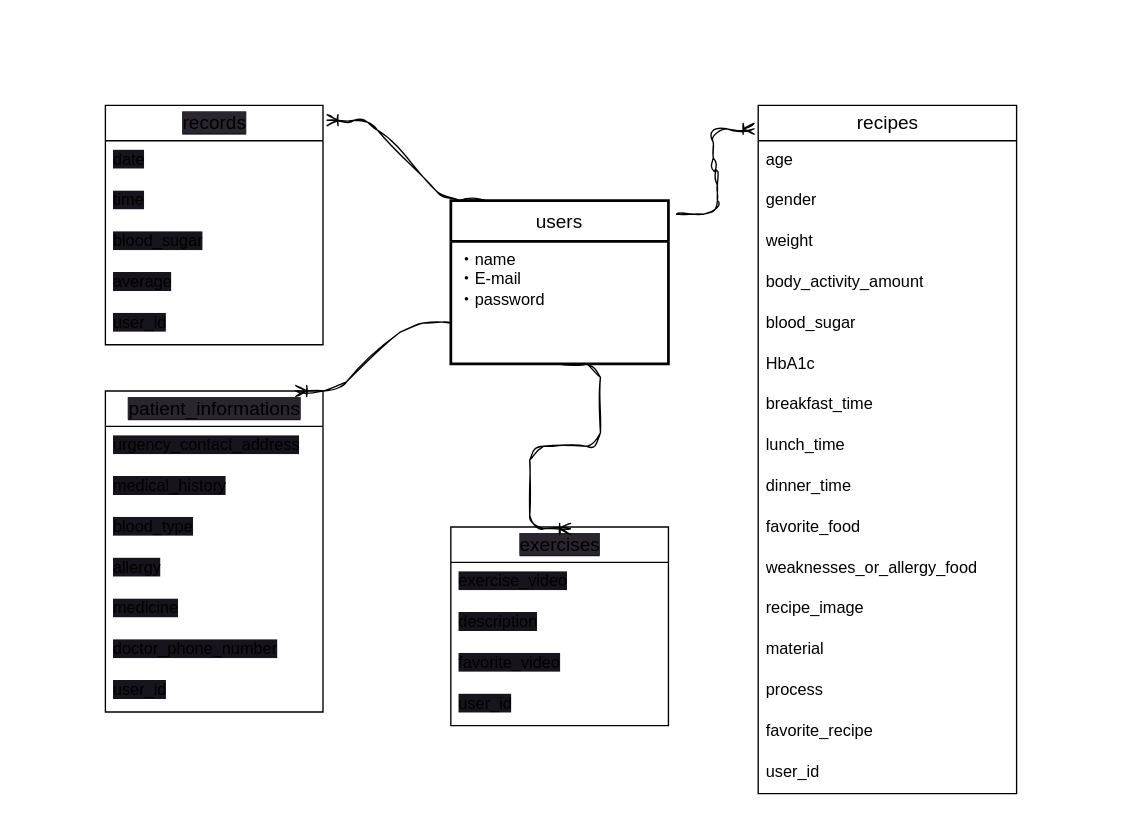
Earlier version of the draw.io diagram DM-control.dio (kinomomo/DM-control). Source tidied: cells renumbered, new cells numbered last; positions are measured from the earlier drawing's top-left corner, leaving out a move shared by most shapes. Both pictures are drawn from the tidied source at 136%, with x=0, y=0 at pixel (105, 105).
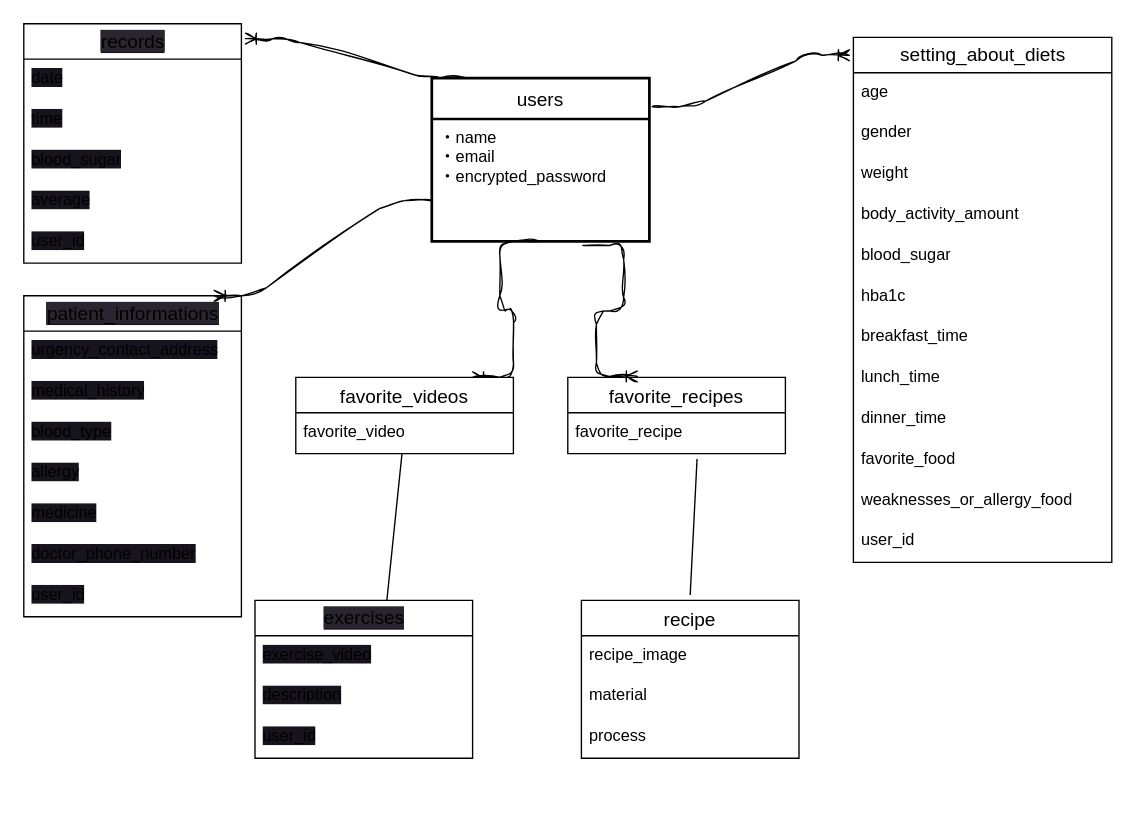
The same page after the edit.

What changed in the source:
```diff
@@
     <mxCell id="2" value="users" style="swimlane;horizontal=1;startSize=30;rounded=0;fontSize=14;fontStyle=0;strokeWidth=2;shadow=0;align=center;glass=0;hachureGap=4;fontFamily=Helvetica;swimlaneLine=1;" parent="1" vertex="1">
-      <mxGeometry x="254" y="70" width="160" height="120" as="geometry" />
+      <mxGeometry x="240" y="-20" width="160" height="120" as="geometry" />
     </mxCell>
-    <mxCell id="3" value="・name&lt;br&gt;・E-mail&lt;br&gt;・password" style="align=left;strokeColor=none;fillColor=none;spacingLeft=4;fontSize=12;verticalAlign=top;glass=1;sketch=1;hachureGap=4;jiggle=2;curveFitting=1;fontFamily=Helvetica;html=1;" parent="2" vertex="1">
+    <mxCell id="3" value="・name&lt;br&gt;・email&lt;br&gt;・encrypted_password" style="align=left;strokeColor=none;fillColor=none;spacingLeft=4;fontSize=12;verticalAlign=top;glass=1;sketch=1;hachureGap=4;jiggle=2;curveFitting=1;fontFamily=Helvetica;html=1;" parent="2" vertex="1">
       <mxGeometry y="30" width="160" height="90" as="geometry" />
     </mxCell>
-    <mxCell id="4" value="recipes" style="swimlane;fontStyle=0;horizontal=1;startSize=26;align=center;fontSize=14;rounded=0;glass=0;sketch=0;hachureGap=4;jiggle=2;curveFitting=1;fontFamily=Helvetica;html=1;" parent="1" vertex="1">
-      <mxGeometry x="480" width="190" height="506" as="geometry" />
+    <mxCell id="4" value="setting_about_diets" style="swimlane;fontStyle=0;horizontal=1;startSize=26;align=center;fontSize=14;rounded=0;glass=0;sketch=0;hachureGap=4;jiggle=2;curveFitting=1;fontFamily=Helvetica;html=1;" parent="1" vertex="1">
+      <mxGeometry x="550" y="-50" width="190" height="386" as="geometry" />
     </mxCell>
@@
-    <mxCell id="10" value="HbA1c" style="text;strokeColor=none;fillColor=none;spacingLeft=4;spacingRight=4;overflow=hidden;fontSize=12;rounded=0;glass=0;sketch=0;hachureGap=4;jiggle=2;curveFitting=1;fontFamily=Helvetica;html=1;" parent="4" vertex="1">
+    <mxCell id="10" value="hba1c" style="text;strokeColor=none;fillColor=none;spacingLeft=4;spacingRight=4;overflow=hidden;fontSize=12;rounded=0;glass=0;sketch=0;hachureGap=4;jiggle=2;curveFitting=1;fontFamily=Helvetica;html=1;" parent="4" vertex="1">
       <mxGeometry y="176" width="190" height="30" as="geometry" />
     </mxCell>
@@
-    <mxCell id="16" value="recipe_image" style="text;strokeColor=none;fillColor=none;spacingLeft=4;spacingRight=4;overflow=hidden;fontSize=12;rounded=0;glass=0;sketch=0;hachureGap=4;jiggle=2;curveFitting=1;fontFamily=Helvetica;html=1;" parent="4" vertex="1">
-      <mxGeometry y="356" width="190" height="30" as="geometry" />
-    </mxCell>
-    <mxCell id="17" value="material" style="text;strokeColor=none;fillColor=none;spacingLeft=4;spacingRight=4;overflow=hidden;fontSize=12;rounded=0;glass=0;sketch=0;hachureGap=4;jiggle=2;curveFitting=1;fontFamily=Helvetica;html=1;" parent="4" vertex="1">
-      <mxGeometry y="386" width="190" height="30" as="geometry" />
-    </mxCell>
-    <mxCell id="18" value="process" style="text;strokeColor=none;fillColor=none;spacingLeft=4;spacingRight=4;overflow=hidden;fontSize=12;rounded=0;glass=0;sketch=0;hachureGap=4;jiggle=2;curveFitting=1;fontFamily=Helvetica;html=1;" parent="4" vertex="1">
-      <mxGeometry y="416" width="190" height="30" as="geometry" />
-    </mxCell>
-    <mxCell id="19" value="favorite_recipe" style="text;strokeColor=none;fillColor=none;spacingLeft=4;spacingRight=4;overflow=hidden;points=[[0,0.5],[1,0.5]];portConstraint=eastwest;fontSize=12;rounded=0;glass=0;sketch=0;hachureGap=4;jiggle=2;curveFitting=1;fontFamily=Helvetica;html=1;" parent="4" vertex="1">
-      <mxGeometry y="446" width="190" height="30" as="geometry" />
-    </mxCell>
     <mxCell id="20" value="user_id" style="text;strokeColor=none;fillColor=none;spacingLeft=4;spacingRight=4;overflow=hidden;fontSize=12;rounded=0;glass=0;sketch=0;hachureGap=4;jiggle=2;curveFitting=1;fontFamily=Helvetica;html=1;" parent="4" vertex="1">
-      <mxGeometry y="476" width="190" height="30" as="geometry" />
+      <mxGeometry y="356" width="190" height="30" as="geometry" />
     </mxCell>
     <mxCell id="21" value="&lt;span style=&quot;background-color: rgb(42, 37, 47);&quot;&gt;exercises&lt;/span&gt;" style="swimlane;fontStyle=0;horizontal=1;startSize=26;align=center;fontSize=14;rounded=0;glass=0;labelBackgroundColor=#18141D;hachureGap=4;fontFamily=Helvetica;html=1;" parent="1" vertex="1">
-      <mxGeometry x="254" y="310" width="160" height="146" as="geometry" />
+      <mxGeometry x="110" y="364" width="160" height="116" as="geometry" />
     </mxCell>
@@
-    <mxCell id="24" value="favorite_video" style="text;strokeColor=none;fillColor=none;spacingLeft=4;spacingRight=4;overflow=hidden;points=[[0,0.5],[1,0.5]];portConstraint=eastwest;fontSize=12;rounded=0;glass=0;labelBackgroundColor=#18141D;sketch=0;hachureGap=4;jiggle=2;curveFitting=1;fontFamily=Helvetica;html=1;" parent="21" vertex="1">
-      <mxGeometry y="86" width="160" height="30" as="geometry" />
-    </mxCell>
     <mxCell id="25" value="user_id" style="text;strokeColor=none;fillColor=none;spacingLeft=4;spacingRight=4;overflow=hidden;fontSize=12;rounded=0;glass=0;labelBackgroundColor=#18141D;sketch=0;hachureGap=4;jiggle=2;curveFitting=1;fontFamily=Helvetica;html=1;" parent="21" vertex="1">
-      <mxGeometry y="116" width="160" height="30" as="geometry" />
+      <mxGeometry y="86" width="160" height="30" as="geometry" />
     </mxCell>
     <mxCell id="26" value="&lt;span style=&quot;background-color: rgb(42, 37, 47);&quot;&gt;records&lt;/span&gt;" style="swimlane;fontStyle=0;horizontal=1;startSize=26;align=center;fontSize=14;rounded=0;glass=0;labelBackgroundColor=#18141D;sketch=0;hachureGap=4;jiggle=2;curveFitting=1;fontFamily=Helvetica;html=1;" parent="1" vertex="1">
-      <mxGeometry width="160" height="176" as="geometry" />
+      <mxGeometry x="-60" y="-60" width="160" height="176" as="geometry" />
     </mxCell>
@@
     <mxCell id="32" value="&lt;span style=&quot;background-color: rgb(42, 37, 47);&quot;&gt;patient_informations&lt;/span&gt;" style="swimlane;fontStyle=0;horizontal=1;startSize=26;align=center;fontSize=14;rounded=0;glass=0;labelBackgroundColor=#18141D;sketch=0;hachureGap=4;jiggle=2;curveFitting=1;fontFamily=Helvetica;html=1;" parent="1" vertex="1">
-      <mxGeometry y="210" width="160" height="236" as="geometry" />
+      <mxGeometry x="-60" y="140" width="160" height="236" as="geometry" />
     </mxCell>
@@
-    <mxCell id="40" style="edgeStyle=entityRelationEdgeStyle;fontSize=12;html=1;endArrow=ERoneToMany;sketch=1;hachureGap=4;jiggle=2;curveFitting=1;fontFamily=Architects Daughter;entryX=-0.016;entryY=0.034;entryDx=0;entryDy=0;entryPerimeter=0;" parent="1" edge="1" target="4">
-      <mxGeometry relative="1" as="geometry">
-        <mxPoint x="420" y="80" as="sourcePoint" />
-      </mxGeometry>
+    <mxCell id="40" style="edgeStyle=entityRelationEdgeStyle;fontSize=12;html=1;endArrow=ERoneToMany;sketch=1;hachureGap=4;jiggle=2;curveFitting=1;fontFamily=Architects Daughter;entryX=-0.016;entryY=0.034;entryDx=0;entryDy=0;entryPerimeter=0;exitX=1.013;exitY=0.175;exitDx=0;exitDy=0;exitPerimeter=0;" parent="1" edge="1" source="2" target="4">
+      <mxGeometry relative="1" as="geometry" />
     </mxCell>
-    <mxCell id="41" style="edgeStyle=entityRelationEdgeStyle;fontSize=12;html=1;endArrow=ERoneToMany;sketch=1;hachureGap=4;jiggle=2;curveFitting=1;fontFamily=Architects Daughter;entryX=0.55;entryY=0.009;entryDx=0;entryDy=0;entryPerimeter=0;exitX=0.5;exitY=1;exitDx=0;exitDy=0;" parent="1" edge="1" source="3" target="21">
-      <mxGeometry relative="1" as="geometry" />
-    </mxCell>
@@
+    <mxCell id="44" value="recipe" style="swimlane;fontStyle=0;horizontal=1;startSize=26;align=center;fontSize=14;sketch=0;hachureGap=4;jiggle=2;curveFitting=1;fontFamily=Helvetica;labelBackgroundColor=default;" parent="1" vertex="1">
+      <mxGeometry x="350" y="364" width="160" height="116" as="geometry" />
+    </mxCell>
+    <mxCell id="16" value="recipe_image" style="text;strokeColor=none;fillColor=none;spacingLeft=4;spacingRight=4;overflow=hidden;fontSize=12;sketch=0;hachureGap=4;jiggle=2;curveFitting=1;fontFamily=Helvetica;" parent="44" vertex="1">
+      <mxGeometry y="26" width="160" height="30" as="geometry" />
+    </mxCell>
+    <mxCell id="17" value="material" style="text;strokeColor=none;fillColor=none;spacingLeft=4;spacingRight=4;overflow=hidden;fontSize=12;sketch=0;hachureGap=4;jiggle=2;curveFitting=1;fontFamily=Helvetica;" parent="44" vertex="1">
+      <mxGeometry y="56" width="160" height="30" as="geometry" />
+    </mxCell>
+    <mxCell id="18" value="process" style="text;strokeColor=none;fillColor=none;spacingLeft=4;spacingRight=4;overflow=hidden;fontSize=12;sketch=0;hachureGap=4;jiggle=2;curveFitting=1;fontFamily=Helvetica;" parent="44" vertex="1">
+      <mxGeometry y="86" width="160" height="30" as="geometry" />
+    </mxCell>
+    <mxCell id="45" value="favorite_recipes" style="swimlane;fontStyle=0;horizontal=1;startSize=26;align=center;fontSize=14;sketch=0;hachureGap=4;jiggle=2;curveFitting=1;fontFamily=Helvetica;" parent="1" vertex="1">
+      <mxGeometry x="340" y="200" width="160" height="56" as="geometry" />
+    </mxCell>
+    <mxCell id="19" value="favorite_recipe" style="text;strokeColor=none;fillColor=none;spacingLeft=4;spacingRight=4;overflow=hidden;points=[[0,0.5],[1,0.5]];portConstraint=eastwest;fontSize=12;sketch=0;hachureGap=4;jiggle=2;curveFitting=1;fontFamily=Helvetica;" parent="45" vertex="1">
+      <mxGeometry y="26" width="160" height="30" as="geometry" />
+    </mxCell>
+    <mxCell id="46" style="edgeStyle=entityRelationEdgeStyle;fontSize=12;html=1;endArrow=ERoneToMany;sketch=1;hachureGap=4;jiggle=2;curveFitting=1;fontFamily=Helvetica;entryX=0.319;entryY=-0.012;entryDx=0;entryDy=0;entryPerimeter=0;exitX=0.694;exitY=1.033;exitDx=0;exitDy=0;exitPerimeter=0;" parent="1" edge="1" source="3" target="45">
+      <mxGeometry relative="1" as="geometry" />
+    </mxCell>
+    <mxCell id="47" style="edgeStyle=entityRelationEdgeStyle;fontSize=12;html=1;endArrow=ERoneToMany;sketch=1;hachureGap=4;jiggle=2;curveFitting=1;fontFamily=Helvetica;exitX=0.5;exitY=1;exitDx=0;exitDy=0;entryX=0.813;entryY=0;entryDx=0;entryDy=0;entryPerimeter=0;" parent="1" edge="1" source="3" target="48">
+      <mxGeometry relative="1" as="geometry" />
+    </mxCell>
+    <mxCell id="48" value="favorite_videos" style="swimlane;fontStyle=0;horizontal=1;startSize=26;align=center;fontSize=14;sketch=0;hachureGap=4;jiggle=2;curveFitting=1;fontFamily=Helvetica;" parent="1" vertex="1">
+      <mxGeometry x="140" y="200" width="160" height="56" as="geometry" />
+    </mxCell>
+    <mxCell id="24" value="favorite_video" style="text;strokeColor=none;fillColor=none;spacingLeft=4;spacingRight=4;overflow=hidden;points=[[0,0.5],[1,0.5]];portConstraint=eastwest;fontSize=12;sketch=0;hachureGap=4;jiggle=2;curveFitting=1;fontFamily=Helvetica;" parent="48" vertex="1">
+      <mxGeometry y="26" width="160" height="30" as="geometry" />
+    </mxCell>
+    <mxCell id="49" style="endArrow=none;html=1;rounded=0;hachureGap=4;fontFamily=Helvetica;fontSize=16;entryX=0.594;entryY=1.133;entryDx=0;entryDy=0;entryPerimeter=0;" parent="1" edge="1" target="19">
+      <mxGeometry relative="1" as="geometry">
+        <mxPoint x="430" y="360" as="sourcePoint" />
+      </mxGeometry>
+    </mxCell>
+    <mxCell id="50" style="endArrow=none;html=1;rounded=0;sketch=0;hachureGap=4;jiggle=2;curveFitting=1;fontFamily=Helvetica;fontSize=16;exitX=0.488;exitY=1;exitDx=0;exitDy=0;exitPerimeter=0;entryX=0.606;entryY=0;entryDx=0;entryDy=0;entryPerimeter=0;" parent="1" edge="1" source="24" target="21">
+      <mxGeometry relative="1" as="geometry" />
+    </mxCell>
```
